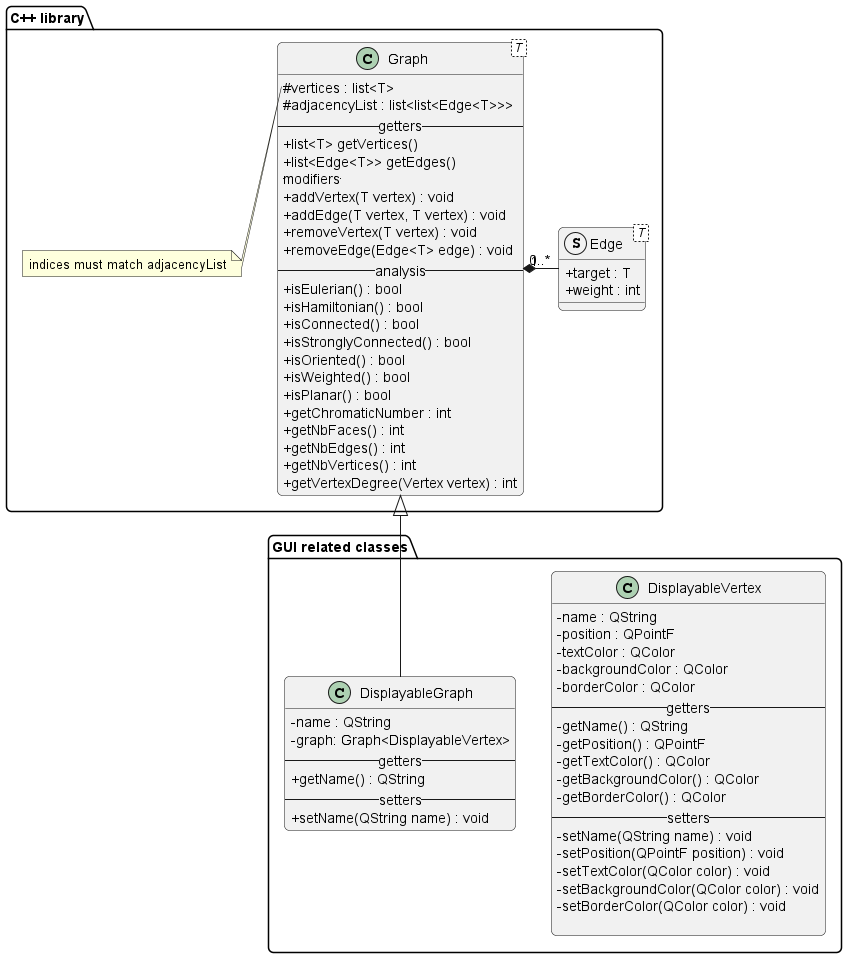
This is docs/diagrams/class_diagram/class_diagram.v2.png from joflucki/graphpp, a PlantUML export, as it was before one commit. Source of this version:
```plantuml
@startuml class_diagram.v2
skinparam {
    classAttributeIconSize 0
    RoundCorner 10
}
package "C++ library" {
    class "Graph< T >" as Graph {
        #vertices : list<T>
        #adjacencyList : list<list<Edge<T>>>
        --getters--
        +list<T> getVertices()
        +list<Edge<T>> getEdges()
        --modifiers--
        +addVertex(T vertex) : void
        +addEdge(T vertex, T vertex) : void
        +removeVertex(T vertex) : void
        +removeEdge(Edge<T> edge) : void
        --analysis--
        +isEulerian() : bool
        +isHamiltonian() : bool
        +isConnected() : bool
        +isStronglyConnected() : bool
        +isOriented() : bool
        +isWeighted() : bool
        +isPlanar() : bool
        +getChromaticNumber : int
        +getNbFaces() : int
        +getNbEdges() : int
        +getNbVertices() : int
        +getVertexDegree(Vertex vertex) : int
    }

    struct Edge< T > {
        +target : T
        +weight : int
    }

    note left of Graph::vertices
        indices must match adjacencyList
    end note

    Edge "0..*" ---l---* "1" Graph
}

package "GUI related classes"{
    class DisplayableVertex {
        -name : QString
        -position : QPointF
        -textColor : QColor
        -backgroundColor : QColor
        -borderColor : QColor
        --getters--
        -getName() : QString
        -getPosition() : QPointF
        -getTextColor() : QColor
        -getBackgroundColor() : QColor
        -getBorderColor() : QColor
        --setters--
        -setName(QString name) : void
        -setPosition(QPointF position) : void
        -setTextColor(QColor color) : void
        -setBackgroundColor(QColor color) : void
        -setBorderColor(QColor color) : void

    }
    class DisplayableGraph {
        -name : QString
        -graph: Graph<DisplayableVertex>
        --getters--
        +getName() : QString
        --setters--
        +setName(QString name) : void
    }

}



Graph <|-d- DisplayableGraph




@enduml
```
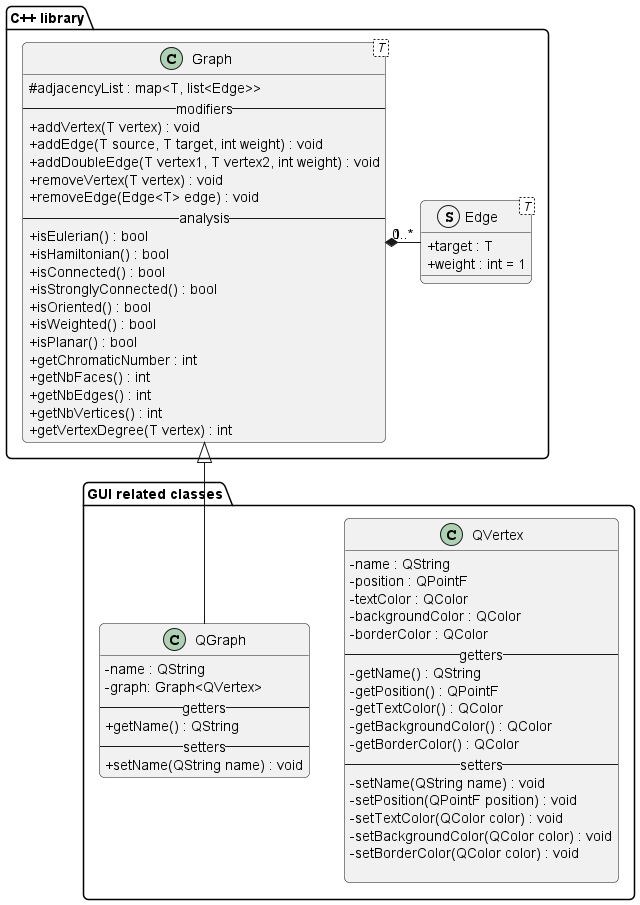
The same file after the commit.

The edit, as a diff of the source:
```diff
@@ -5,14 +5,11 @@
 }
 package "C++ library" {
     class "Graph< T >" as Graph {
-        #vertices : list<T>
-        #adjacencyList : list<list<Edge<T>>>
-        --getters--
-        +list<T> getVertices()
-        +list<Edge<T>> getEdges()
+        #adjacencyList : map<T, list<Edge>>
         --modifiers--
         +addVertex(T vertex) : void
-        +addEdge(T vertex, T vertex) : void
+        +addEdge(T source, T target, int weight) : void
+        +addDoubleEdge(T vertex1, T vertex2, int weight) : void
         +removeVertex(T vertex) : void
         +removeEdge(Edge<T> edge) : void
         --analysis--
@@ -27,23 +24,19 @@
         +getNbFaces() : int
         +getNbEdges() : int
         +getNbVertices() : int
-        +getVertexDegree(Vertex vertex) : int
+        +getVertexDegree(T vertex) : int
     }
 
     struct Edge< T > {
         +target : T
-        +weight : int
+        +weight : int = 1
     }
-
-    note left of Graph::vertices
-        indices must match adjacencyList
-    end note
 
     Edge "0..*" ---l---* "1" Graph
 }
 
 package "GUI related classes"{
-    class DisplayableVertex {
+    class QVertex {
         -name : QString
         -position : QPointF
         -textColor : QColor
@@ -63,9 +56,9 @@
         -setBorderColor(QColor color) : void
 
     }
-    class DisplayableGraph {
+    class QGraph {
         -name : QString
-        -graph: Graph<DisplayableVertex>
+        -graph: Graph<QVertex>
         --getters--
         +getName() : QString
         --setters--
@@ -76,7 +69,7 @@
 
 
 
-Graph <|-d- DisplayableGraph
+Graph <|-d- QGraph
 
 
 
```
